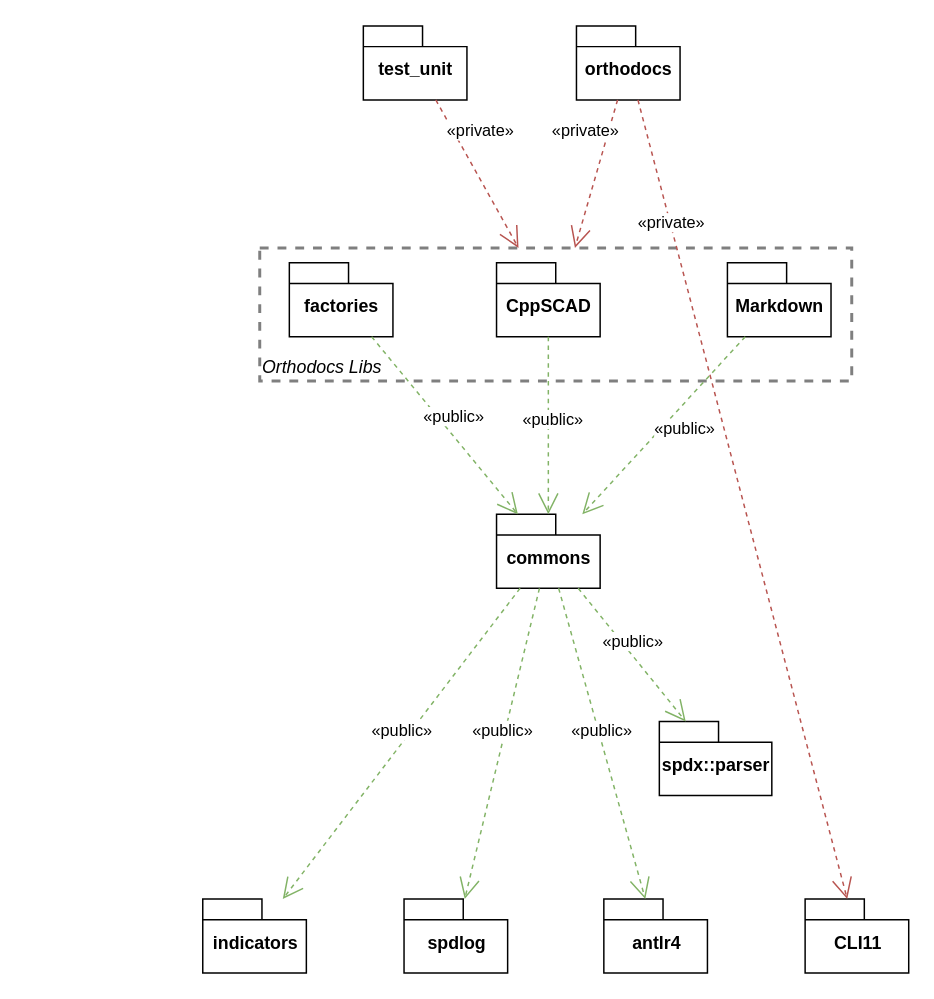
Earlier version of the draw.io diagram page "targets" (6 of 7) of docs/process.drawio (ggabbiani/orthodocs). Source tidied: cells renumbered, new cells numbered last; positions are measured from the earlier drawing's top-left corner, leaving out a move shared by most shapes. Both pictures are drawn from the tidied source at 148%, with x=0, y=0 at pixel (203, 25).
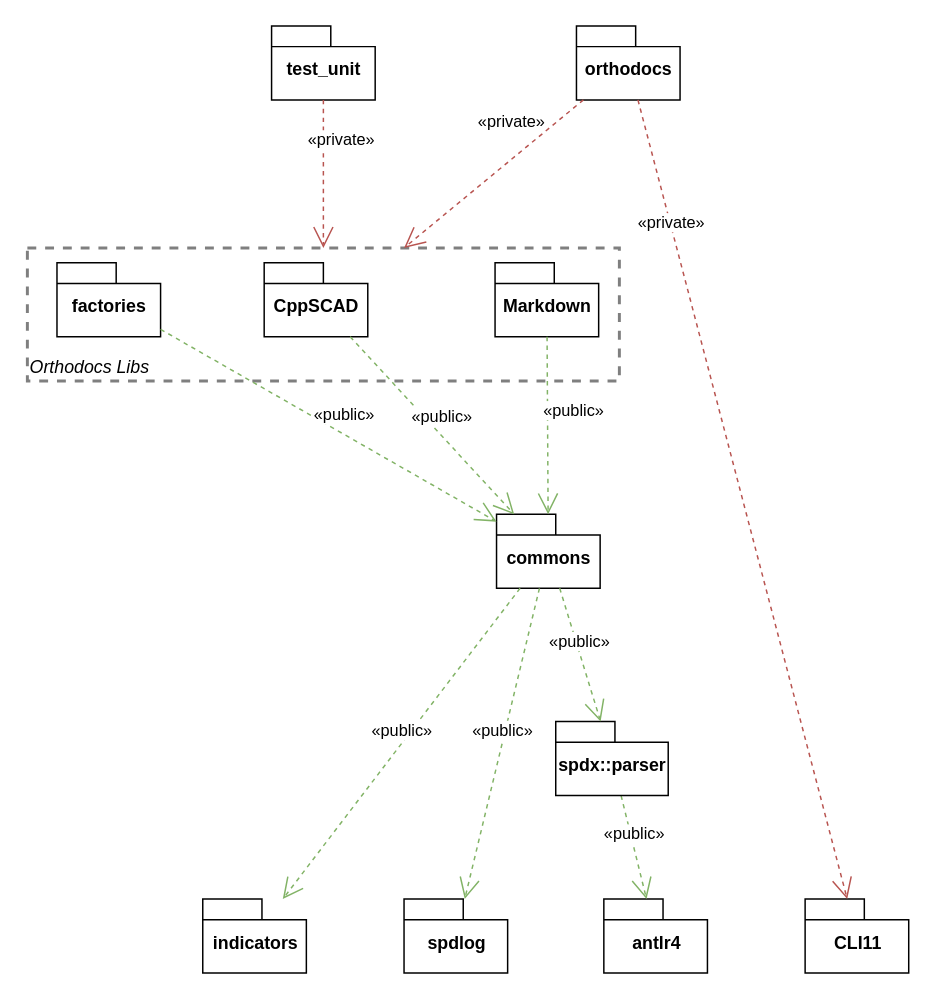
The same page after the edit.

Unchanged cells that the change refers to:
```xml
<mxCell id="6" value="commons" style="shape=folder;fontStyle=1;spacingTop=10;tabWidth=40;tabHeight=14;tabPosition=left;html=1;" parent="1" vertex="1">
  <mxGeometry x="198" y="330" width="70" height="50" as="geometry" />
</mxCell>
<mxCell id="10" value="antlr4" style="shape=folder;fontStyle=1;spacingTop=10;tabWidth=40;tabHeight=14;tabPosition=left;html=1;" parent="1" vertex="1">
  <mxGeometry x="270.5" y="590" width="70" height="50" as="geometry" />
</mxCell>
```

Diff of the diagram source:
```diff
@@
     <mxCell id="2" value="Orthodocs Libs" style="rounded=0;whiteSpace=wrap;html=1;fillColor=none;strokeWidth=2;opacity=50;dashed=1;verticalAlign=bottom;fontStyle=2;labelPosition=center;verticalLabelPosition=middle;align=left;" parent="1" vertex="1">
-      <mxGeometry x="38" y="150" width="400" height="90" as="geometry" />
+      <mxGeometry x="-119" y="150" width="400" height="90" as="geometry" />
     </mxCell>
@@
     <mxCell id="12" value="test_unit" style="shape=folder;fontStyle=1;spacingTop=10;tabWidth=40;tabHeight=14;tabPosition=left;html=1;" parent="1" vertex="1">
-      <mxGeometry x="108" width="70" height="50" as="geometry" />
+      <mxGeometry x="46" width="70" height="50" as="geometry" />
     </mxCell>
@@
-    <mxCell id="21" value="«public»" style="edgeStyle=none;html=1;endArrow=open;endSize=12;dashed=1;verticalAlign=bottom;rounded=0;fillColor=#d5e8d4;strokeColor=#82b366;" parent="1" edge="1" source="6" target="10">
+    <mxCell id="21" value="«public»" style="edgeStyle=none;html=1;endArrow=open;endSize=12;dashed=1;verticalAlign=bottom;rounded=0;fillColor=#d5e8d4;strokeColor=#82b366;" parent="1" edge="1" source="22" target="10">
       <mxGeometry relative="1" as="geometry" />
     </mxCell>
     <mxCell id="22" value="spdx::parser" style="shape=folder;fontStyle=1;spacingTop=10;tabWidth=40;tabHeight=14;tabPosition=left;html=1;" parent="1" vertex="1">
-      <mxGeometry x="308" y="470" width="76" height="50" as="geometry" />
+      <mxGeometry x="238" y="470" width="76" height="50" as="geometry" />
     </mxCell>
```
